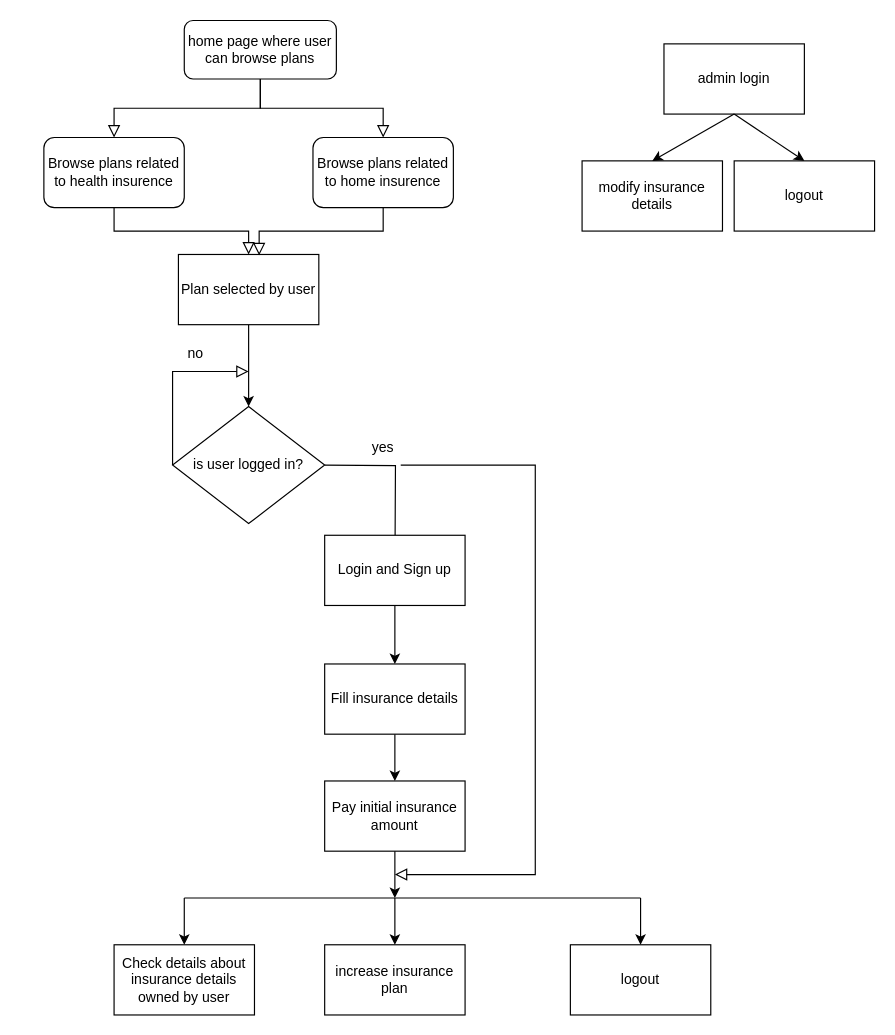
This is diagrams/flow-chart (1).drawio from smit4297/Insurance-Management-System-Angular-spring-boot-, a draw.io file, before an edit. Source tidied: cells renumbered, new cells numbered last; positions are measured from the earlier drawing's top-left corner, leaving out a move shared by most shapes. Both pictures are drawn from the tidied source at 117%, with x=0, y=0 at pixel (43, 20).
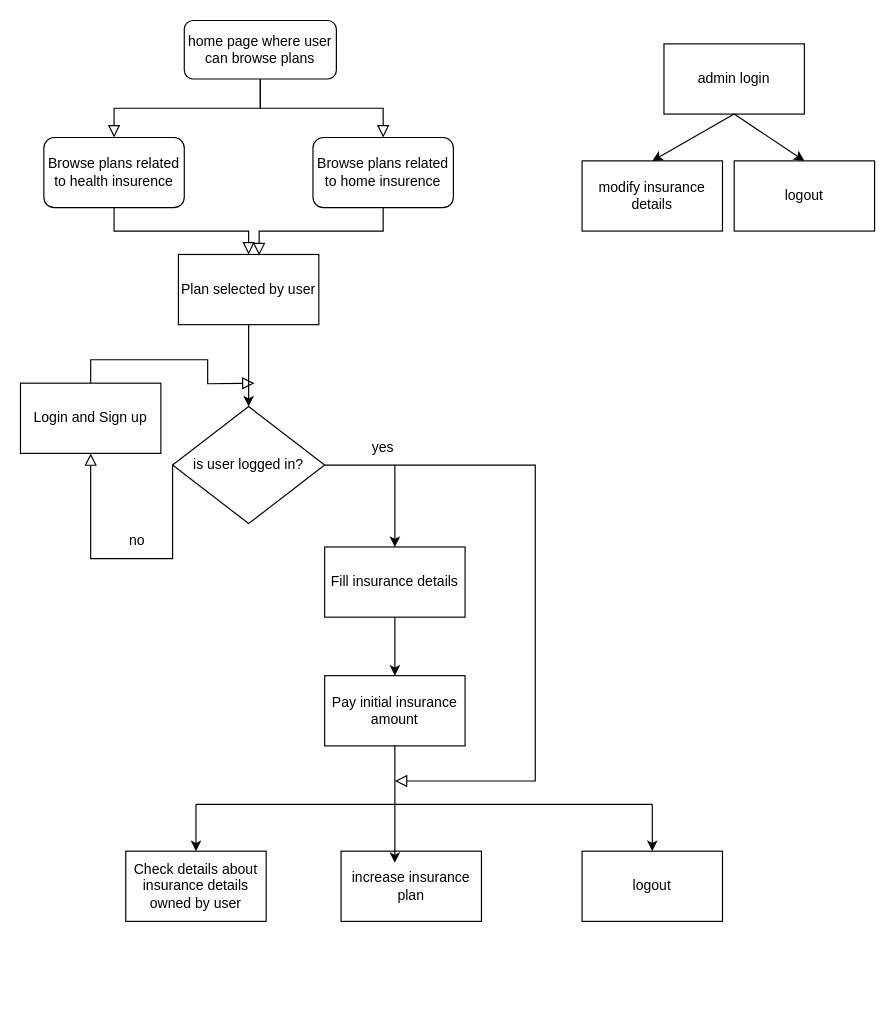
The same diagram, later.

Unchanged cells that the change refers to:
```xml
<mxCell id="9" value="is user logged in?" style="rhombus;whiteSpace=wrap;html=1;" parent="1" vertex="1">
  <mxGeometry x="110" y="330" width="130" height="100" as="geometry" />
</mxCell>
<mxCell id="11" value="yes" style="text;html=1;strokeColor=none;fillColor=none;align=center;verticalAlign=middle;whiteSpace=wrap;rounded=0;" parent="1" vertex="1">
  <mxGeometry x="260" y="350" width="60" height="30" as="geometry" />
</mxCell>
```

The edit, as a diff of the source:
```diff
@@
-    <mxCell id="10" style="rounded=0;html=1;jettySize=auto;orthogonalLoop=1;fontSize=11;endArrow=block;endFill=0;endSize=8;strokeWidth=1;shadow=0;labelBackgroundColor=none;edgeStyle=orthogonalEdgeStyle;exitX=0.5;exitY=1;exitDx=0;exitDy=0;" parent="1" edge="1">
-      <mxGeometry relative="1" as="geometry">
-        <mxPoint x="240" y="380" as="sourcePoint" />
-        <mxPoint x="300" y="480" as="targetPoint" />
-      </mxGeometry>
-    </mxCell>
@@
-    <mxCell id="12" style="rounded=0;html=1;jettySize=auto;fontSize=11;endArrow=block;endFill=0;endSize=8;strokeWidth=1;shadow=0;labelBackgroundColor=none;edgeStyle=orthogonalEdgeStyle;exitX=0;exitY=0.5;exitDx=0;exitDy=0;" parent="1" edge="1" source="9">
+    <mxCell id="12" style="rounded=0;html=1;jettySize=auto;fontSize=11;endArrow=block;endFill=0;endSize=8;strokeWidth=1;shadow=0;labelBackgroundColor=none;edgeStyle=orthogonalEdgeStyle;exitX=0;exitY=0.5;exitDx=0;exitDy=0;entryX=0.5;entryY=1;entryDx=0;entryDy=0;" parent="1" edge="1" source="9" target="14">
       <mxGeometry relative="1" as="geometry">
-        <mxPoint x="175" y="300" as="targetPoint" />
         <Array as="points">
-          <mxPoint x="110" y="300" />
+          <mxPoint x="110" y="460" />
+          <mxPoint x="40" y="460" />
         </Array>
       </mxGeometry>
     </mxCell>
     <mxCell id="13" value="no" style="text;html=1;strokeColor=none;fillColor=none;align=center;verticalAlign=middle;whiteSpace=wrap;rounded=0;" parent="1" vertex="1">
-      <mxGeometry x="100" y="270" width="60" height="30" as="geometry" />
+      <mxGeometry x="50" y="430" width="60" height="30" as="geometry" />
     </mxCell>
     <mxCell id="14" value="Login and Sign up" style="rounded=0;whiteSpace=wrap;html=1;" parent="1" vertex="1">
-      <mxGeometry x="240" y="440" width="120" height="60" as="geometry" />
+      <mxGeometry x="-20" y="310" width="120" height="60" as="geometry" />
     </mxCell>
@@
-    <mxCell id="17" style="endArrow=classic;html=1;rounded=0;exitX=0.5;exitY=1;exitDx=0;exitDy=0;" parent="1" edge="1" source="14" target="19">
-      <mxGeometry relative="1" as="geometry" />
-    </mxCell>
@@
     <mxCell id="19" value="Fill insurance details" style="rounded=0;whiteSpace=wrap;html=1;" parent="1" vertex="1">
-      <mxGeometry x="240" y="550" width="120" height="60" as="geometry" />
+      <mxGeometry x="240" y="450" width="120" height="60" as="geometry" />
     </mxCell>
     <mxCell id="20" value="Pay initial insurance amount" style="rounded=0;whiteSpace=wrap;html=1;" parent="1" vertex="1">
-      <mxGeometry x="240" y="650" width="120" height="60" as="geometry" />
+      <mxGeometry x="240" y="560" width="120" height="60" as="geometry" />
     </mxCell>
     <mxCell id="21" value="increase insurance plan" style="rounded=0;whiteSpace=wrap;html=1;" parent="1" vertex="1">
-      <mxGeometry x="240" y="790" width="120" height="60" as="geometry" />
+      <mxGeometry x="254" y="710" width="120" height="60" as="geometry" />
     </mxCell>
     <mxCell id="22" value="Check details about insurance details owned by user" style="rounded=0;whiteSpace=wrap;html=1;" parent="1" vertex="1">
-      <mxGeometry x="60" y="790" width="120" height="60" as="geometry" />
+      <mxGeometry x="70" y="710" width="120" height="60" as="geometry" />
     </mxCell>
     <mxCell id="23" value="logout" style="rounded=0;whiteSpace=wrap;html=1;" parent="1" vertex="1">
-      <mxGeometry x="450" y="790" width="120" height="60" as="geometry" />
+      <mxGeometry x="460" y="710" width="120" height="60" as="geometry" />
     </mxCell>
-    <mxCell id="24" style="rounded=0;html=1;jettySize=auto;fontSize=11;endArrow=block;endFill=0;endSize=8;strokeWidth=1;shadow=0;labelBackgroundColor=none;edgeStyle=orthogonalEdgeStyle;exitX=0.75;exitY=1;exitDx=0;exitDy=0;" parent="1" edge="1" source="11">
+    <mxCell id="24" style="rounded=0;html=1;jettySize=auto;fontSize=11;endArrow=block;endFill=0;endSize=8;strokeWidth=1;shadow=0;labelBackgroundColor=none;edgeStyle=orthogonalEdgeStyle;exitX=1;exitY=0.5;exitDx=0;exitDy=0;" parent="1" edge="1" source="9">
       <mxGeometry relative="1" as="geometry">
-        <mxPoint x="300" y="730" as="targetPoint" />
+        <mxPoint x="300" y="650" as="targetPoint" />
         <Array as="points">
           <mxPoint x="420" y="380" />
-          <mxPoint x="420" y="730" />
         </Array>
       </mxGeometry>
     </mxCell>
     <mxCell id="25" style="endArrow=none;html=1;rounded=0;" parent="1" edge="1">
       <mxGeometry relative="1" as="geometry">
-        <mxPoint x="120" y="750" as="sourcePoint" />
-        <mxPoint x="510" y="750" as="targetPoint" />
+        <mxPoint x="130" y="670" as="sourcePoint" />
+        <mxPoint x="520" y="670" as="targetPoint" />
       </mxGeometry>
     </mxCell>
     <mxCell id="26" style="endArrow=classic;html=1;rounded=0;entryX=0.5;entryY=0;entryDx=0;entryDy=0;" parent="1" edge="1" target="22">
       <mxGeometry relative="1" as="geometry">
-        <mxPoint x="120" y="750" as="sourcePoint" />
+        <mxPoint x="130" y="670" as="sourcePoint" />
       </mxGeometry>
     </mxCell>
-    <mxCell id="27" style="endArrow=classic;html=1;rounded=0;" parent="1" edge="1" target="21">
-      <mxGeometry relative="1" as="geometry">
-        <mxPoint x="300" y="750" as="sourcePoint" />
-      </mxGeometry>
-    </mxCell>
-    <mxCell id="28" style="endArrow=classic;html=1;rounded=0;entryX=0.5;entryY=0;entryDx=0;entryDy=0;" parent="1" edge="1" target="23">
-      <mxGeometry relative="1" as="geometry">
-        <mxPoint x="510" y="750" as="sourcePoint" />
-      </mxGeometry>
-    </mxCell>
     <mxCell id="29" style="endArrow=classic;html=1;rounded=0;exitX=0.5;exitY=1;exitDx=0;exitDy=0;" parent="1" edge="1" source="20">
       <mxGeometry relative="1" as="geometry">
-        <mxPoint x="300" y="750" as="targetPoint" />
+        <mxPoint x="300" y="720" as="targetPoint" />
       </mxGeometry>
     </mxCell>
@@
+    <mxCell id="35" style="rounded=0;html=1;jettySize=auto;fontSize=11;endArrow=block;endFill=0;endSize=8;strokeWidth=1;shadow=0;labelBackgroundColor=none;edgeStyle=orthogonalEdgeStyle;exitX=0.5;exitY=0;exitDx=0;exitDy=0;" parent="1" edge="1" source="14">
+      <mxGeometry relative="1" as="geometry">
+        <mxPoint x="180" y="310" as="targetPoint" />
+      </mxGeometry>
+    </mxCell>
+    <mxCell id="36" style="endArrow=classic;html=1;rounded=0;entryX=0.5;entryY=0;entryDx=0;entryDy=0;" parent="1" edge="1" target="19">
+      <mxGeometry relative="1" as="geometry">
+        <mxPoint x="300" y="380" as="sourcePoint" />
+      </mxGeometry>
+    </mxCell>
+    <mxCell id="37" style="endArrow=classic;html=1;rounded=0;entryX=0.5;entryY=0;entryDx=0;entryDy=0;" parent="1" edge="1" target="23">
+      <mxGeometry relative="1" as="geometry">
+        <mxPoint x="520" y="670" as="sourcePoint" />
+      </mxGeometry>
+    </mxCell>
```
